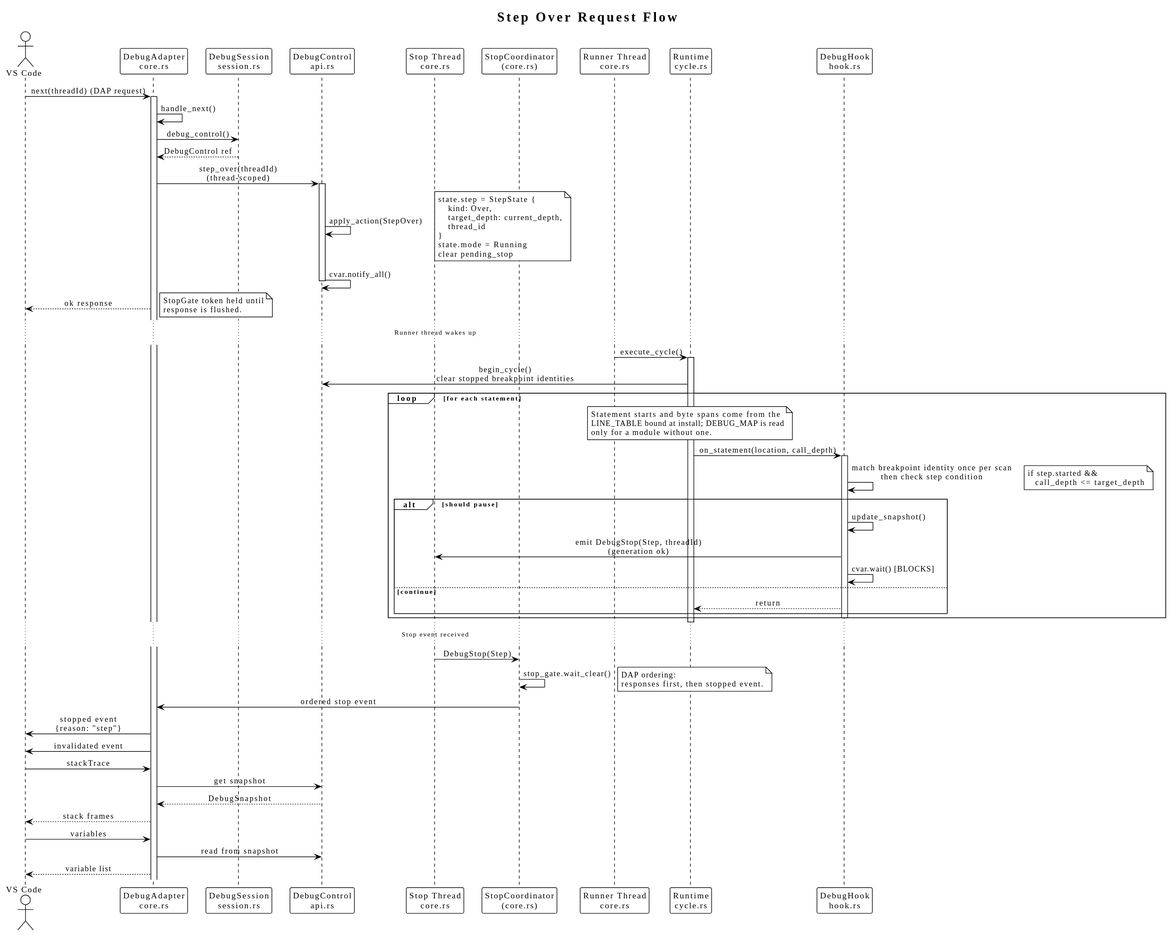
Above: docs/diagrams/generated/step-over-sequence.svg in johannesPettersson80/trust-platform (PlantUML), before the change.
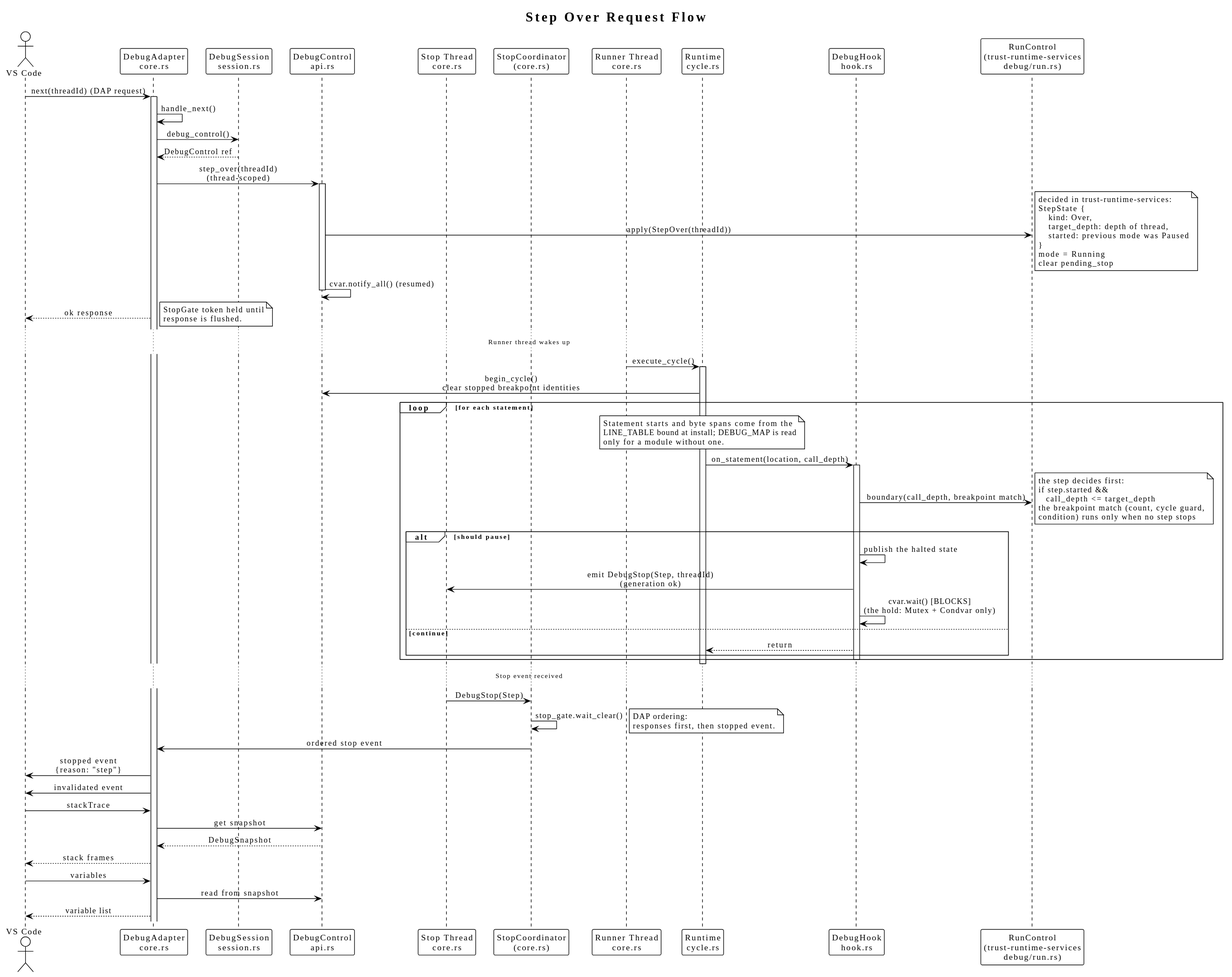
Above is the later version.

What changed in the source:
```diff
@@ -13,6 +13,7 @@
 participant "Runner Thread\ncore.rs" as runner
 participant "Runtime\ncycle.rs" as runtime
 participant "DebugHook\nhook.rs" as hook
+participant "RunControl\n(trust-runtime-services\ndebug/run.rs)" as services
 
 vscode -> adapter : next(threadId) (DAP request)
 activate adapter
@@ -23,17 +24,18 @@
 
 adapter -> control : step_over(threadId)\n(thread-scoped)
 activate control
-control -> control : apply_action(StepOver)
+control -> services : apply(StepOver(threadId))
 note right
-    state.step = StepState {
+    decided in trust-runtime-services:
+    StepState {
         kind: Over,
-        target_depth: current_depth,
-        thread_id
+        target_depth: depth of thread,
+        started: previous mode was Paused
     }
-    state.mode = Running
+    mode = Running
     clear pending_stop
 end note
-control -> control : cvar.notify_all()
+control -> control : cvar.notify_all() (resumed)
 deactivate control
 
 adapter --> vscode : ok response
@@ -57,16 +59,19 @@
     runtime -> hook : on_statement(location, call_depth)
     activate hook
 
-    hook -> hook : match breakpoint identity once per scan\nthen check step condition
+    hook -> services : boundary(call_depth, breakpoint match)
     note right
+        the step decides first:
         if step.started &&
            call_depth <= target_depth
+        the breakpoint match (count, cycle guard,
+        condition) runs only when no step stops
     end note
 
     alt should pause
-        hook -> hook : update_snapshot()
+        hook -> hook : publish the halted state
         hook -> stopThread : emit DebugStop(Step, threadId)\n(generation ok)
-        hook -> hook : cvar.wait() [BLOCKS]
+        hook -> hook : cvar.wait() [BLOCKS]\n(the hold: Mutex + Condvar only)
     else continue
         hook --> runtime : return
     end
```
